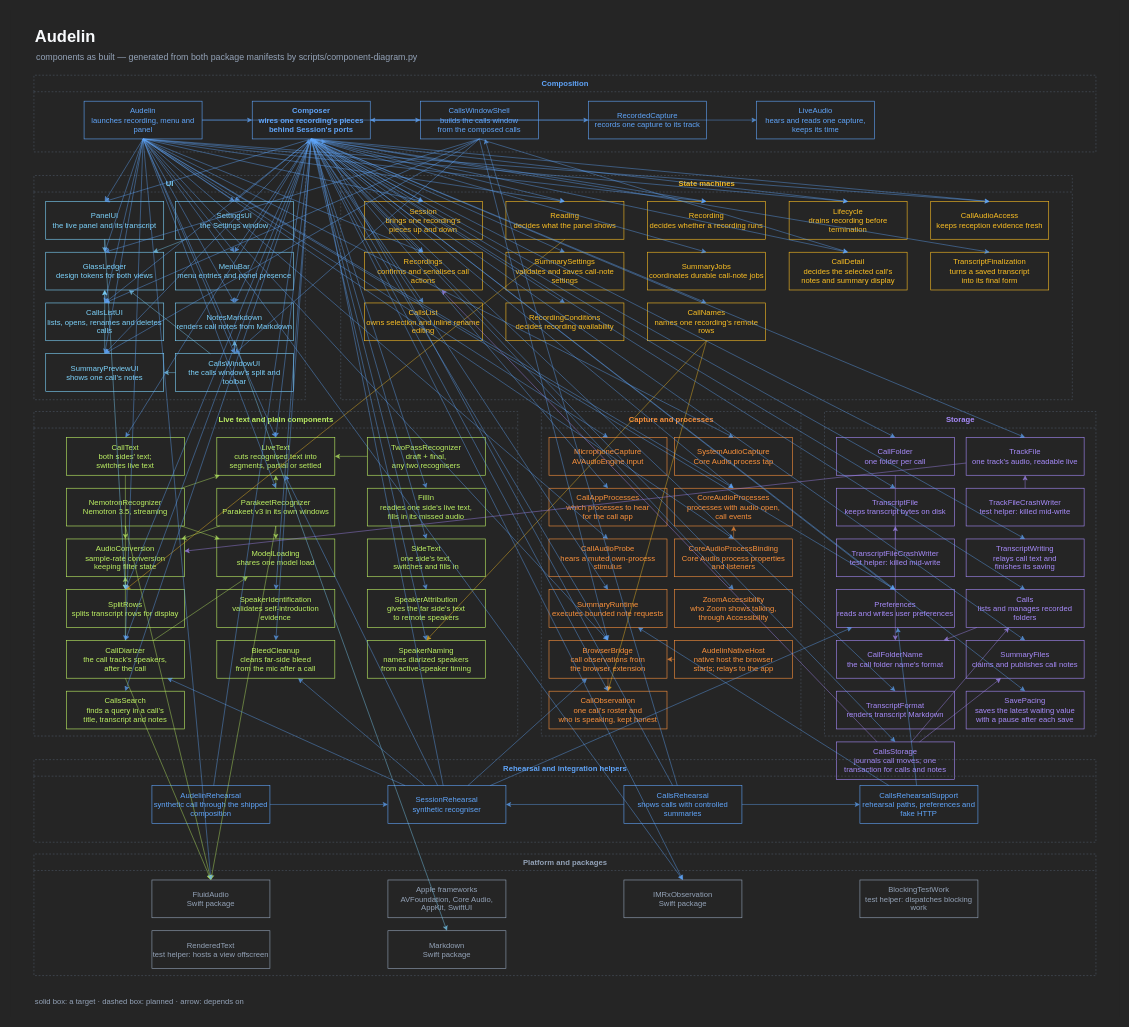
This is audelin/docs/live-text.drawio from igor1309/ai-labs, a draw.io file, before an edit. Source tidied: cells renumbered, new cells numbered last; positions are measured from the earlier drawing's top-left corner, leaving out a move shared by most shapes. Both pictures are drawn from the tidied source at 59%, with x=0, y=0 at pixel (10, 10).
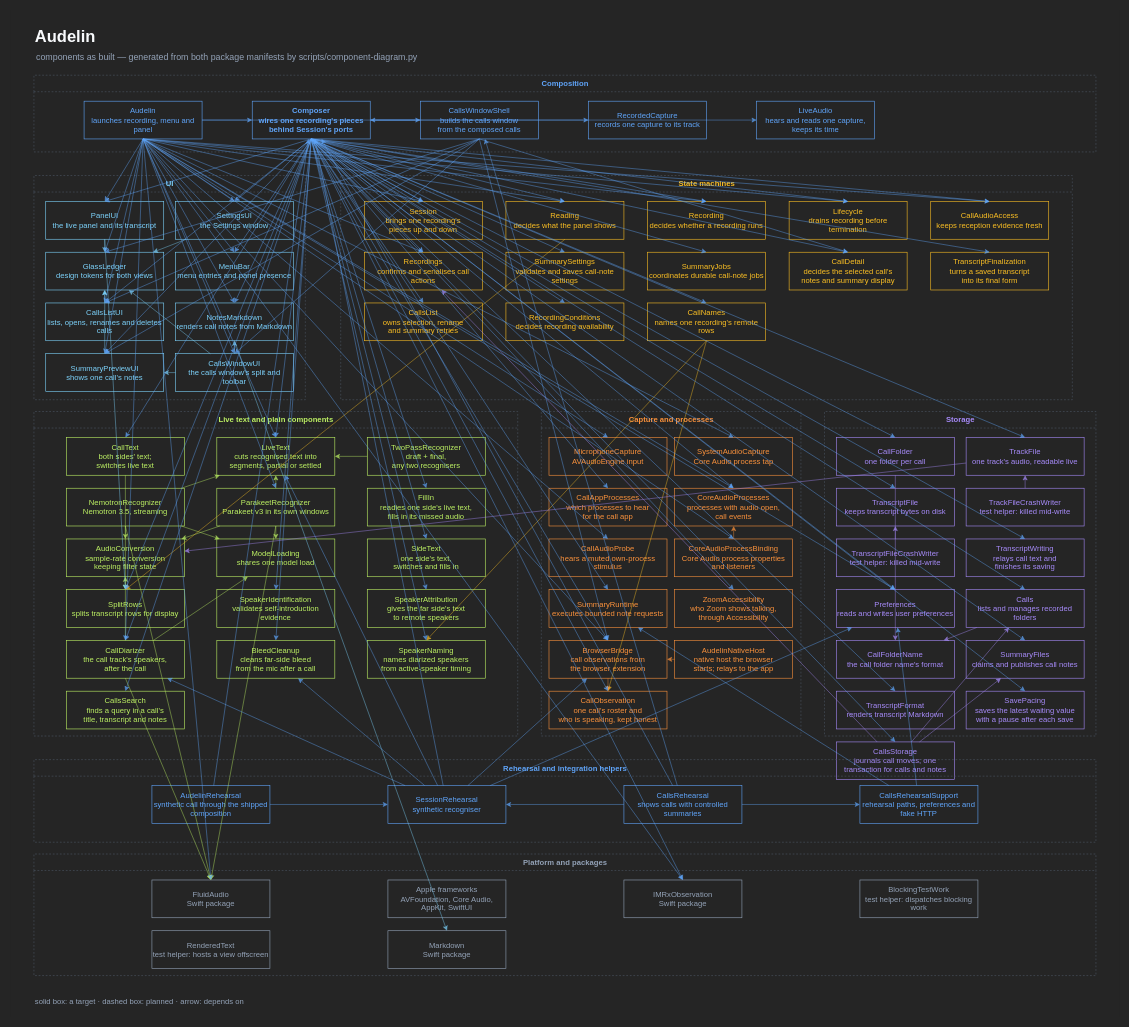
After the change.

Commit message (it also covers changes not shown here):
audelin: CallsList owns retry presentation (LAB-1549)

Unchanged cells that the change refers to:
```xml
<mxCell id="8" value="State machines" style="swimlane;startSize=28;rounded=0;html=1;fillColor=none;strokeColor=#4b5563;dashed=1;fontSize=13;fontColor=#fbbf24;" parent="2" vertex="1">
  <mxGeometry x="560" y="280" width="1240" height="380" as="geometry" />
</mxCell>
```

What changed in the source:
```diff
@@
-    <mxCell id="54" value="CallsList&#10;owns selection and inline rename editing" style="rounded=0;whiteSpace=wrap;html=1;fillColor=#252525;strokeColor=#fbbf24;fontColor=#fbbf24;fontSize=13;" parent="8" vertex="1">
+    <mxCell id="54" value="CallsList&#10;owns selection, rename&#10;and summary retries" style="rounded=0;whiteSpace=wrap;html=1;fillColor=#252525;strokeColor=#fbbf24;fontColor=#fbbf24;fontSize=13;" parent="8" vertex="1">
       <mxGeometry x="40" y="216" width="200" height="64" as="geometry" />
     </mxCell>
```
